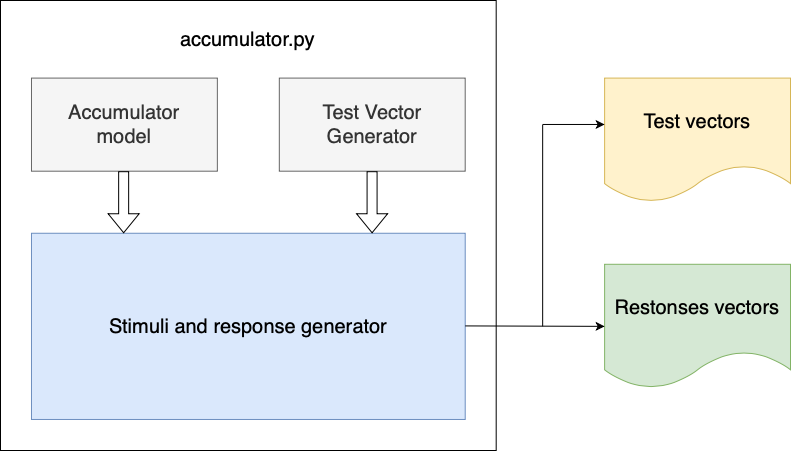
The draw.io diagram others/software_model.png in rob-dbl/accumulator, before a commit. Source tidied: cells renumbered, new cells last; positions are measured from the earlier drawing's top-left corner, leaving out a move shared by most shapes.
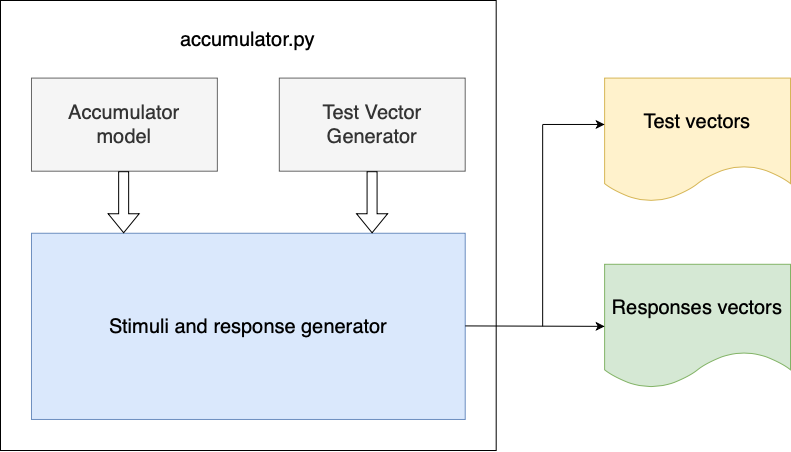
After the change.

Change to the diagram source:
```diff
@@ -32,7 +32,7 @@
     <mxCell id="9" value="Test vectors" style="shape=document;whiteSpace=wrap;html=1;boundedLbl=1;fillColor=#fff2cc;strokeColor=#d6b656;fontSize=20;" parent="2" vertex="1">
       <mxGeometry x="604.1" y="77.6" width="185.9" height="124.1" as="geometry" />
     </mxCell>
-    <mxCell id="10" value="Restonses vectors" style="shape=document;whiteSpace=wrap;html=1;boundedLbl=1;fillColor=#d5e8d4;strokeColor=#82b366;fontSize=20;" parent="2" vertex="1">
+    <mxCell id="10" value="Responses vectors" style="shape=document;whiteSpace=wrap;html=1;boundedLbl=1;fillColor=#d5e8d4;strokeColor=#82b366;fontSize=20;" parent="2" vertex="1">
       <mxGeometry x="604.1" y="263.8" width="185.9" height="124.1" as="geometry" />
     </mxCell>
     <mxCell id="11" style="endArrow=classic;html=1;rounded=0;entryX=0;entryY=0.5;entryDx=0;entryDy=0;fontSize=20;" parent="2" edge="1" target="10">
```
